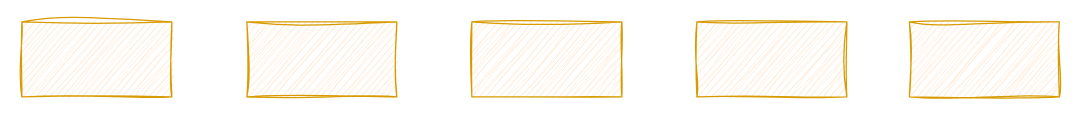
nayouzhenai/java_web keeps this draw.io diagram as 未命名绘图2.drawio. Above is the earlier version. Source tidied: cells renumbered, new cells numbered last; positions are measured from the earlier drawing's top-left corner, leaving out a move shared by most shapes. Both pictures are drawn from the tidied source at 125%, with x=0, y=0 at pixel (21, 21).
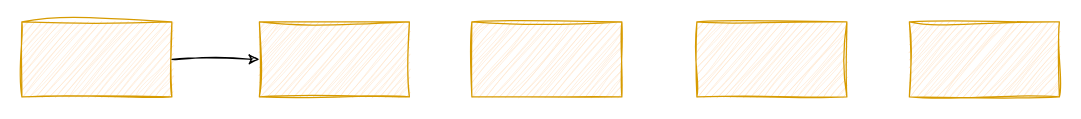
The same diagram, later.

Commit message (it also covers changes not shown here):
更新未命名绘图2.drawio

Diff of the diagram source:
```diff
@@
 <mxGraphModel>
   <root>
     <mxCell id="0" />
     <mxCell id="1" parent="0" />
+    <mxCell id="7" style="edgeStyle=orthogonalEdgeStyle;rounded=0;jettySize=auto;html=1;sketch=1;curveFitting=1;jiggle=2;" parent="1" edge="1" source="2" target="3">
+      <mxGeometry relative="1" as="geometry" />
+    </mxCell>
     <mxCell id="2" style="rounded=0;whiteSpace=wrap;html=1;shadow=0;glass=0;fillColor=#ffe6cc;strokeColor=#d79b00;sketch=1;curveFitting=1;jiggle=2;" parent="1" vertex="1">
       <mxGeometry width="120" height="60" as="geometry" />
     </mxCell>
     <mxCell id="3" style="rounded=0;whiteSpace=wrap;html=1;shadow=0;glass=0;fillColor=#ffe6cc;strokeColor=#d79b00;sketch=1;curveFitting=1;jiggle=2;" parent="1" vertex="1">
-      <mxGeometry x="180" width="120" height="60" as="geometry" />
+      <mxGeometry x="190" width="120" height="60" as="geometry" />
     </mxCell>
     <mxCell id="4" style="rounded=0;whiteSpace=wrap;html=1;shadow=0;glass=0;fillColor=#ffe6cc;strokeColor=#d79b00;sketch=1;curveFitting=1;jiggle=2;" parent="1" vertex="1">
       <mxGeometry x="360" width="120" height="60" as="geometry" />
     </mxCell>
     <mxCell id="5" style="rounded=0;whiteSpace=wrap;html=1;shadow=0;glass=0;fillColor=#ffe6cc;strokeColor=#d79b00;sketch=1;curveFitting=1;jiggle=2;" parent="1" vertex="1">
       <mxGeometry x="540" width="120" height="60" as="geometry" />
     </mxCell>
     <mxCell id="6" style="rounded=0;whiteSpace=wrap;html=1;shadow=0;glass=0;fillColor=#ffe6cc;strokeColor=#d79b00;sketch=1;curveFitting=1;jiggle=2;" parent="1" vertex="1">
       <mxGeometry x="710" width="120" height="60" as="geometry" />
     </mxCell>
   </root>
 </mxGraphModel>
```
